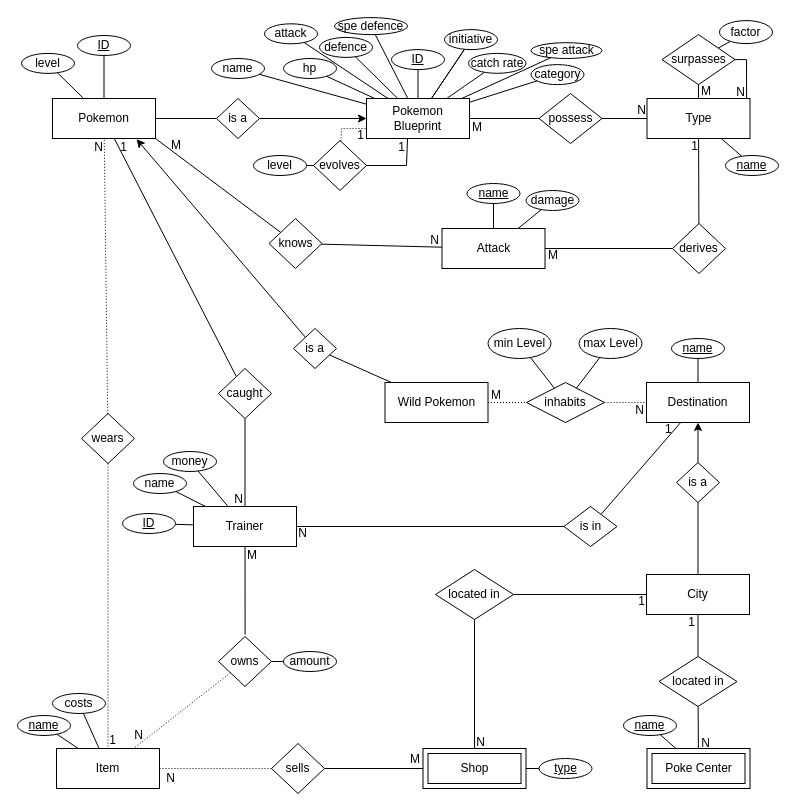
The draw.io diagram Projekt/Pokemon Scuffed Grey.drawio in mypictur3esforu/Pokemon-Scuffed-Grey, before the edit. Source tidied: cells renumbered, new cells numbered last; positions are measured from the earlier drawing's top-left corner, leaving out a move shared by most shapes. Both pictures are drawn from the tidied source at 100%, with x=0, y=0 at pixel (17, 17).
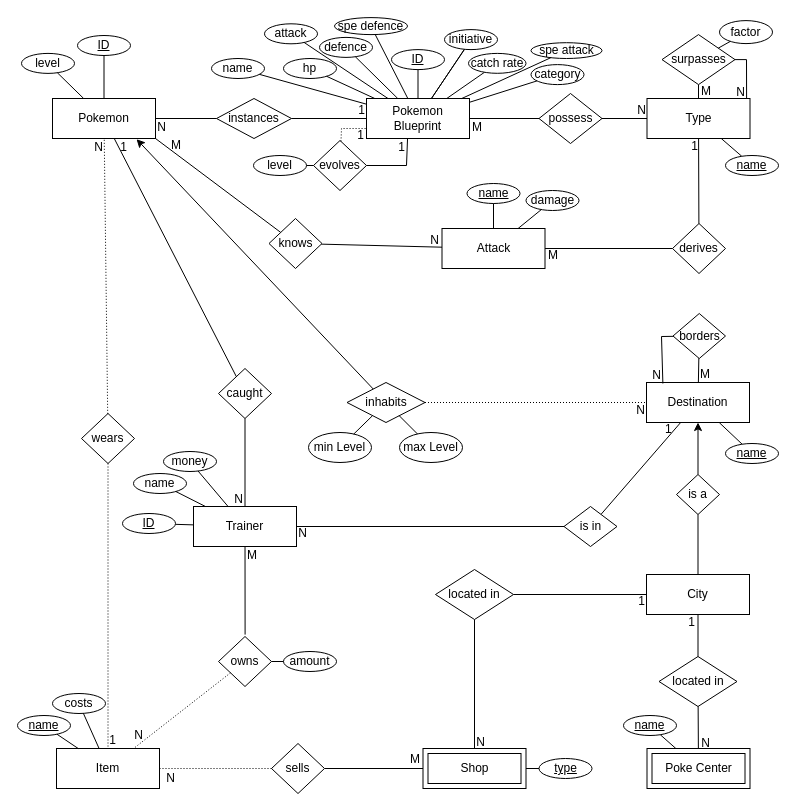
Above is the later version.

Unchanged cells that the change refers to:
```xml
<mxCell id="3" value="Pokemon" style="whiteSpace=wrap;html=1;align=center;" parent="1" vertex="1">
  <mxGeometry x="35" y="81" width="103" height="40" as="geometry" />
</mxCell>
<mxCell id="6" value="Destination" style="whiteSpace=wrap;html=1;align=center;" parent="1" vertex="1">
  <mxGeometry x="629" y="365" width="103" height="40" as="geometry" />
</mxCell>
<mxCell id="128" value="Pokemon Blueprint" style="whiteSpace=wrap;html=1;align=center;" parent="1" vertex="1">
  <mxGeometry x="349" y="81" width="103" height="40" as="geometry" />
</mxCell>
```

Change to the diagram source:
```diff
@@
-    <mxCell id="2" value="is a" style="shape=rhombus;perimeter=rhombusPerimeter;whiteSpace=wrap;html=1;align=center;" parent="1" vertex="1">
-      <mxGeometry x="276" y="311" width="43" height="40" as="geometry" />
-    </mxCell>
@@
-    <mxCell id="4" value="Wild Pokemon" style="whiteSpace=wrap;html=1;align=center;" parent="1" vertex="1">
-      <mxGeometry x="367.5" y="365" width="103" height="40" as="geometry" />
-    </mxCell>
-    <mxCell id="5" style="endArrow=none;html=1;rounded=0;" parent="1" edge="1" source="2" target="4">
-      <mxGeometry relative="1" as="geometry" />
-    </mxCell>
@@
     <mxCell id="11" value="is a" style="shape=rhombus;perimeter=rhombusPerimeter;whiteSpace=wrap;html=1;align=center;" parent="1" vertex="1">
-      <mxGeometry x="659" y="445" width="43" height="40" as="geometry" />
+      <mxGeometry x="659" y="457" width="43" height="40" as="geometry" />
     </mxCell>
@@
-    <mxCell id="64" style="endArrow=none;html=1;rounded=0;dashed=1;dashPattern=1 2;elbow=vertical;" parent="1" edge="1" source="4" target="66">
-      <mxGeometry relative="1" as="geometry" />
-    </mxCell>
-    <mxCell id="65" value="M" style="html=1;whiteSpace=wrap;align=left;verticalAlign=bottom;" parent="64" vertex="1">
-      <mxGeometry x="-1" relative="1" as="geometry">
-        <mxPoint x="1" y="1" as="offset" />
-      </mxGeometry>
-    </mxCell>
     <mxCell id="66" value="inhabits" style="shape=rhombus;perimeter=rhombusPerimeter;whiteSpace=wrap;html=1;align=center;" parent="1" vertex="1">
-      <mxGeometry x="509" y="365" width="78" height="40" as="geometry" />
+      <mxGeometry x="329.5" y="365" width="78" height="40" as="geometry" />
     </mxCell>
@@
     <mxCell id="84" value="min Level" style="ellipse;whiteSpace=wrap;html=1;align=center;" parent="1" vertex="1">
-      <mxGeometry x="470.5" y="311" width="63" height="30" as="geometry" />
+      <mxGeometry x="291" y="415" width="63" height="30" as="geometry" />
     </mxCell>
@@
     <mxCell id="99" value="max Level" style="ellipse;whiteSpace=wrap;html=1;align=center;" parent="1" vertex="1">
-      <mxGeometry x="561.5" y="311" width="63" height="30" as="geometry" />
+      <mxGeometry x="382" y="415" width="63" height="30" as="geometry" />
     </mxCell>
@@
     <mxCell id="106" value="name" style="ellipse;whiteSpace=wrap;html=1;align=center;fontStyle=4;" parent="1" vertex="1">
-      <mxGeometry x="654" y="321" width="53" height="20" as="geometry" />
+      <mxGeometry x="708" y="426" width="53" height="20" as="geometry" />
     </mxCell>
@@
-    <mxCell id="129" style="endArrow=classic;html=1;rounded=0;entryX=0.816;entryY=1.017;entryDx=0;entryDy=0;entryPerimeter=0;" parent="1" edge="1" source="2" target="3">
+    <mxCell id="129" style="endArrow=classic;html=1;rounded=0;entryX=0.816;entryY=1.017;entryDx=0;entryDy=0;entryPerimeter=0;" parent="1" edge="1" source="66" target="3">
       <mxGeometry relative="1" as="geometry" />
     </mxCell>
-    <mxCell id="130" style="endArrow=none;html=1;rounded=0;" parent="1" edge="1" source="132" target="3">
-      <mxGeometry relative="1" as="geometry" />
-    </mxCell>
-    <mxCell id="131" style="endArrow=classic;html=1;rounded=0;" parent="1" edge="1" source="132" target="128">
-      <mxGeometry relative="1" as="geometry" />
-    </mxCell>
-    <mxCell id="132" value="is a" style="shape=rhombus;perimeter=rhombusPerimeter;whiteSpace=wrap;html=1;align=center;" parent="1" vertex="1">
-      <mxGeometry x="199" y="81" width="43" height="40" as="geometry" />
+    <mxCell id="132" value="instances" style="shape=rhombus;perimeter=rhombusPerimeter;whiteSpace=wrap;html=1;align=center;" parent="1" vertex="1">
+      <mxGeometry x="199" y="81" width="75" height="40" as="geometry" />
     </mxCell>
@@
+    <mxCell id="145" style="endArrow=none;html=1;rounded=0;entryX=0.159;entryY=0.025;entryDx=0;entryDy=0;entryPerimeter=0;" parent="1" edge="1" source="148" target="6">
+      <mxGeometry relative="1" as="geometry">
+        <Array as="points">
+          <mxPoint x="644" y="319" />
+        </Array>
+      </mxGeometry>
+    </mxCell>
+    <mxCell id="146" value="N" style="html=1;whiteSpace=wrap;align=right;verticalAlign=bottom;" parent="145" vertex="1">
+      <mxGeometry x="1" relative="1" as="geometry" />
+    </mxCell>
+    <mxCell id="147" style="endArrow=none;html=1;rounded=0;" parent="1" edge="1" source="6" target="148">
+      <mxGeometry relative="1" as="geometry" />
+    </mxCell>
+    <mxCell id="65" value="M" style="html=1;whiteSpace=wrap;align=left;verticalAlign=bottom;" parent="147" vertex="1">
+      <mxGeometry x="-1" relative="1" as="geometry" />
+    </mxCell>
+    <mxCell id="148" value="borders" style="shape=rhombus;perimeter=rhombusPerimeter;whiteSpace=wrap;html=1;align=center;" parent="1" vertex="1">
+      <mxGeometry x="655.5" y="296" width="52.5" height="45" as="geometry" />
+    </mxCell>
+    <mxCell id="131" style="endArrow=none;html=1;rounded=0;" parent="1" edge="1" source="132" target="128">
+      <mxGeometry relative="1" as="geometry" />
+    </mxCell>
+    <mxCell id="149" value="1" style="html=1;whiteSpace=wrap;align=right;verticalAlign=bottom;" parent="131" vertex="1">
+      <mxGeometry x="1" relative="1" as="geometry" />
+    </mxCell>
+    <mxCell id="130" style="endArrow=none;html=1;rounded=0;" parent="1" edge="1" source="132" target="3">
+      <mxGeometry relative="1" as="geometry" />
+    </mxCell>
+    <mxCell id="150" value="N" style="html=1;whiteSpace=wrap;align=right;verticalAlign=bottom;" parent="130" vertex="1">
+      <mxGeometry x="1" relative="1" as="geometry">
+        <mxPoint x="12" y="17" as="offset" />
+      </mxGeometry>
+    </mxCell>
```
